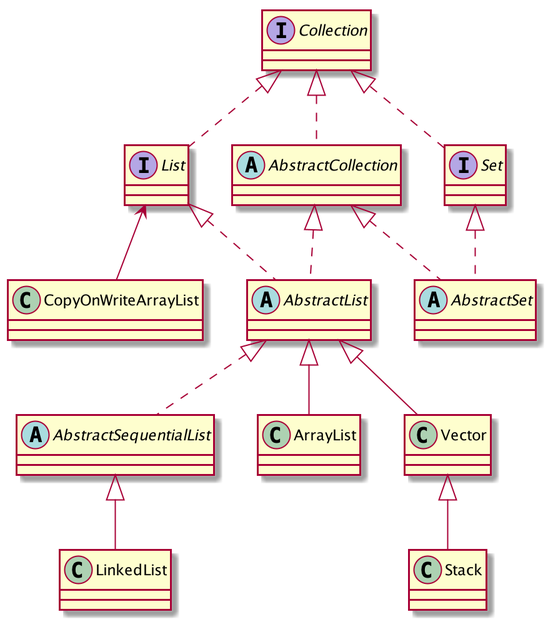
Earlier version of the PlantUML export List.png (ty49712758/imgStore). Its diagram source:
```plantuml
@startuml

interface Collection
interface List
interface Set
abstract class AbstractCollection
abstract class AbstractList
abstract class AbstractSet
abstract class AbstractSequentialList
class ArrayList
class Vector
class LinkedList
class Stack


Collection <|.. List
Collection <|.. Set
Collection <|.. AbstractCollection
List <|.. AbstractList
Set <|.. AbstractSet
AbstractCollection <|.. AbstractList
AbstractCollection <|.. AbstractSet
AbstractList <|.. AbstractSequentialList
AbstractList <|-- ArrayList
AbstractList <|-- Vector
AbstractSequentialList <|-- LinkedList
Vector <|-- Stack
List <-- CopyOnWriteArrayList

@enduml
```
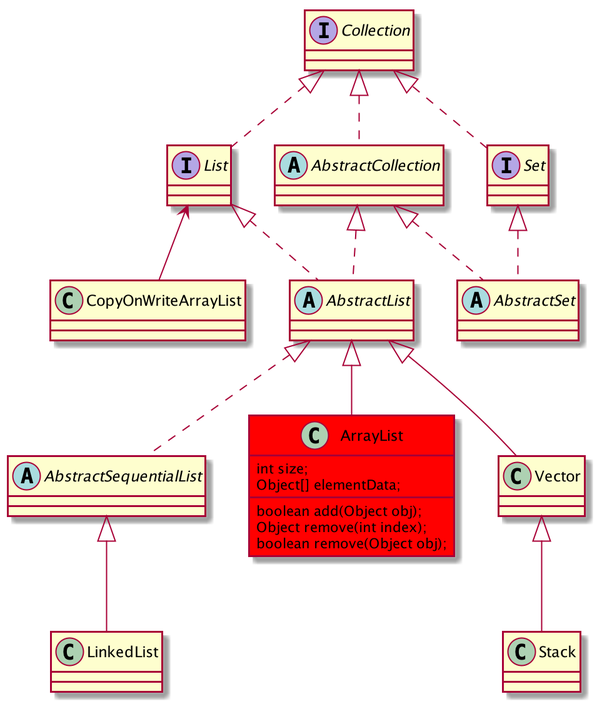
The same file after the commit.

Change to the diagram source:
```diff
@@ -7,7 +7,14 @@
 abstract class AbstractList
 abstract class AbstractSet
 abstract class AbstractSequentialList
-class ArrayList
+class ArrayList #red {
+    int size;
+    Object[] elementData;
+
+    boolean add(Object obj);
+    Object remove(int index);
+    boolean remove(Object obj);
+}
 class Vector
 class LinkedList
 class Stack
```
